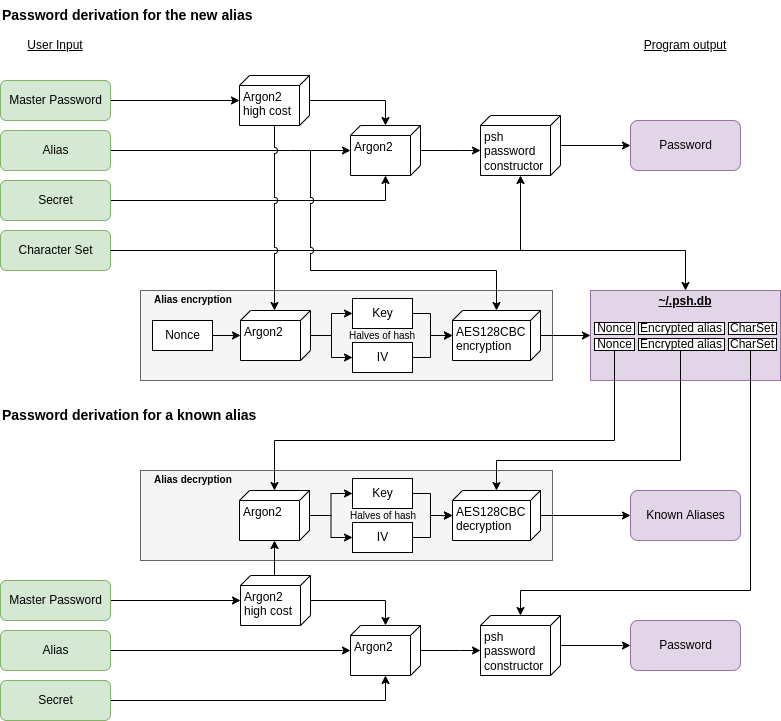
Above: psh.png in uvizhe/psh (draw.io), before the change. Source tidied: cells renumbered, new cells last; positions are measured from the earlier drawing's top-left corner, leaving out a move shared by most shapes.
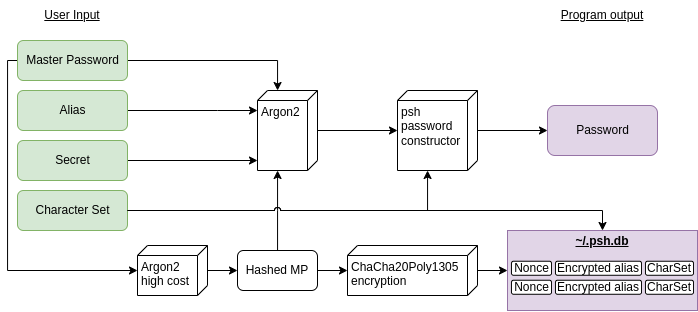
After the change.

Change to the diagram source:
```diff
@@ -5,15 +5,9 @@
     <mxCell id="2" value="&lt;p style=&quot;margin:0px;margin-top:4px;text-align:center;text-decoration:underline;&quot;&gt;&lt;b&gt;~/.psh.db&lt;/b&gt;&lt;/p&gt;" style="verticalAlign=top;align=left;overflow=fill;fontSize=12;fontFamily=Helvetica;html=1;fillColor=#e1d5e7;strokeColor=#9673a6;" parent="1" vertex="1">
-      <mxGeometry x="590" y="290" width="190" height="90" as="geometry" />
+      <mxGeometry x="490" y="260" width="190" height="80" as="geometry" />
     </mxCell>
-    <mxCell id="3" style="edgeStyle=orthogonalEdgeStyle;rounded=0;sketch=0;jumpStyle=arc;jettySize=auto;html=1;shadow=0;strokeColor=default;" parent="1" edge="1" source="9" target="11">
-      <mxGeometry relative="1" as="geometry" />
-    </mxCell>
-    <mxCell id="4" style="rounded=0;whiteSpace=wrap;html=1;fontSize=10;fillColor=#f5f5f5;fontColor=#333333;strokeColor=#666666;" parent="1" vertex="1">
-      <mxGeometry x="140" y="290" width="412" height="90" as="geometry" />
-    </mxCell>
-    <mxCell id="5" style="edgeStyle=orthogonalEdgeStyle;rounded=0;sketch=0;jumpStyle=none;jettySize=auto;html=1;shadow=0;strokeColor=default;" parent="1" edge="1" source="6" target="11">
+    <mxCell id="5" style="edgeStyle=orthogonalEdgeStyle;rounded=0;jettySize=auto;html=1;" parent="1" edge="1" source="6" target="11">
       <mxGeometry relative="1" as="geometry">
         <Array as="points">
-          <mxPoint x="290" y="150" />
-          <mxPoint x="290" y="150" />
+          <mxPoint x="200" y="140" />
+          <mxPoint x="200" y="140" />
         </Array>
@@ -22,32 +16,44 @@
     <mxCell id="6" value="Alias" style="html=1;rounded=1;fillColor=#d5e8d4;strokeColor=#82b366;" parent="1" vertex="1">
-      <mxGeometry y="130" width="110" height="40" as="geometry" />
+      <mxGeometry y="120" width="110" height="40" as="geometry" />
     </mxCell>
-    <mxCell id="7" style="edgeStyle=orthogonalEdgeStyle;rounded=0;sketch=0;jumpStyle=arc;jettySize=auto;html=1;shadow=0;strokeColor=default;" parent="1" edge="1" source="8" target="16">
-      <mxGeometry relative="1" as="geometry" />
-    </mxCell>
     <mxCell id="8" value="Character Set" style="html=1;rounded=1;fillColor=#d5e8d4;strokeColor=#82b366;" parent="1" vertex="1">
-      <mxGeometry y="230" width="110" height="40" as="geometry" />
+      <mxGeometry y="220" width="110" height="40" as="geometry" />
     </mxCell>
+    <mxCell id="3" style="edgeStyle=orthogonalEdgeStyle;rounded=0;jettySize=auto;html=1;" parent="1" edge="1" source="9" target="11">
+      <mxGeometry relative="1" as="geometry">
+        <Array as="points">
+          <mxPoint x="250" y="190" />
+          <mxPoint x="250" y="190" />
+        </Array>
+      </mxGeometry>
+    </mxCell>
     <mxCell id="9" value="Secret" style="html=1;rounded=1;fillColor=#d5e8d4;strokeColor=#82b366;" parent="1" vertex="1">
-      <mxGeometry y="180" width="110" height="40" as="geometry" />
+      <mxGeometry y="170" width="110" height="40" as="geometry" />
     </mxCell>
     <mxCell id="10" style="edgeStyle=orthogonalEdgeStyle;rounded=0;jettySize=auto;html=1;" parent="1" edge="1" source="11" target="16">
-      <mxGeometry relative="1" as="geometry">
-        <Array as="points">
-          <mxPoint x="460" y="150" />
-          <mxPoint x="460" y="150" />
-        </Array>
-      </mxGeometry>
+      <mxGeometry relative="1" as="geometry" />
     </mxCell>
     <mxCell id="11" value="Argon2" style="verticalAlign=top;align=left;spacingTop=8;spacingLeft=2;spacingRight=12;shape=cube;size=10;direction=south;fontStyle=0;html=1;rounded=0;" parent="1" vertex="1">
-      <mxGeometry x="350" y="125" width="70" height="50" as="geometry" />
+      <mxGeometry x="240" y="120" width="60" height="80" as="geometry" />
     </mxCell>
     <mxCell id="12" style="edgeStyle=orthogonalEdgeStyle;rounded=0;jettySize=auto;html=1;" parent="1" edge="1" source="13" target="59">
-      <mxGeometry relative="1" as="geometry" />
+      <mxGeometry relative="1" as="geometry">
+        <Array as="points">
+          <mxPoint x="-10" y="90" />
+          <mxPoint x="-10" y="300" />
+        </Array>
+      </mxGeometry>
     </mxCell>
+    <mxCell id="75" style="edgeStyle=orthogonalEdgeStyle;rounded=0;jettySize=auto;html=1;" parent="1" edge="1" source="13" target="11">
+      <mxGeometry relative="1" as="geometry">
+        <Array as="points">
+          <mxPoint x="260" y="90" />
+        </Array>
+      </mxGeometry>
+    </mxCell>
     <mxCell id="13" value="Master Password" style="html=1;rounded=1;fillColor=#d5e8d4;strokeColor=#82b366;" parent="1" vertex="1">
-      <mxGeometry y="80" width="110" height="40" as="geometry" />
+      <mxGeometry y="70" width="110" height="40" as="geometry" />
     </mxCell>
     <mxCell id="14" value="Password" style="html=1;rounded=1;fillColor=#e1d5e7;strokeColor=#9673a6;" parent="1" vertex="1">
-      <mxGeometry x="630" y="120" width="110" height="50" as="geometry" />
+      <mxGeometry x="530" y="135" width="110" height="50" as="geometry" />
     </mxCell>
@@ -57,7 +63,4 @@
     <mxCell id="16" value="psh&lt;br&gt;password&lt;br&gt;constructor" style="verticalAlign=top;align=left;spacingTop=8;spacingLeft=2;spacingRight=12;shape=cube;size=10;direction=south;fontStyle=0;html=1;rounded=0;" parent="1" vertex="1">
-      <mxGeometry x="480" y="115" width="80" height="60" as="geometry" />
+      <mxGeometry x="380" y="120" width="80" height="80" as="geometry" />
     </mxCell>
-    <mxCell id="17" value="Password derivation for the new alias" style="text;html=1;strokeColor=none;fillColor=none;align=left;verticalAlign=middle;whiteSpace=wrap;rounded=0;fontStyle=1;fontSize=14;" parent="1" vertex="1">
-      <mxGeometry width="320" height="30" as="geometry" />
-    </mxCell>
     <mxCell id="18" value="User Input" style="text;html=1;strokeColor=none;fillColor=none;align=center;verticalAlign=middle;whiteSpace=wrap;rounded=0;fontSize=12;fontStyle=4;" parent="1" vertex="1">
@@ -66,7 +69,4 @@
     <mxCell id="19" value="Program output" style="text;html=1;strokeColor=none;fillColor=none;align=center;verticalAlign=middle;whiteSpace=wrap;rounded=0;fontSize=12;fontStyle=4;" parent="1" vertex="1">
-      <mxGeometry x="640" y="30" width="90" height="30" as="geometry" />
+      <mxGeometry x="540" y="30" width="90" height="30" as="geometry" />
     </mxCell>
-    <mxCell id="20" value="Password derivation for a known alias" style="text;html=1;strokeColor=none;fillColor=none;align=left;verticalAlign=middle;whiteSpace=wrap;rounded=0;fontStyle=1;fontSize=14;" parent="1" vertex="1">
-      <mxGeometry y="400" width="320" height="30" as="geometry" />
-    </mxCell>
     <mxCell id="21" style="edgeStyle=orthogonalEdgeStyle;rounded=0;jettySize=auto;html=1;fontSize=12;entryX=0;entryY=0.5;entryDx=0;entryDy=0;" parent="1" edge="1" source="22" target="2">
@@ -74,229 +74,57 @@
     </mxCell>
-    <mxCell id="22" value="AES128CBC&lt;br&gt;encryption" style="verticalAlign=top;align=left;spacingTop=8;spacingLeft=2;spacingRight=12;shape=cube;size=10;direction=south;fontStyle=0;html=1;rounded=0;" parent="1" vertex="1">
-      <mxGeometry x="452" y="310" width="88" height="50" as="geometry" />
+    <mxCell id="22" value="ChaCha20Poly1305&lt;br&gt;encryption" style="verticalAlign=top;align=left;spacingTop=8;spacingLeft=2;spacingRight=12;shape=cube;size=10;direction=south;fontStyle=0;html=1;rounded=0;" parent="1" vertex="1">
+      <mxGeometry x="330" y="275" width="130" height="50" as="geometry" />
     </mxCell>
-    <mxCell id="23" style="edgeStyle=orthogonalEdgeStyle;rounded=0;sketch=0;jumpStyle=arc;jettySize=auto;html=1;shadow=0;" parent="1" edge="1" source="24" target="57">
-      <mxGeometry relative="1" as="geometry" />
-    </mxCell>
-    <mxCell id="24" value="Nonce" style="html=1;rounded=0;" parent="1" vertex="1">
-      <mxGeometry x="152" y="320" width="60" height="30" as="geometry" />
-    </mxCell>
-    <mxCell id="25" style="edgeStyle=orthogonalEdgeStyle;rounded=0;jettySize=auto;html=1;fontSize=10;" parent="1" edge="1" source="26" target="22">
-      <mxGeometry relative="1" as="geometry">
-        <Array as="points">
-          <mxPoint x="430" y="313" />
-          <mxPoint x="430" y="335" />
-        </Array>
-      </mxGeometry>
-    </mxCell>
-    <mxCell id="26" value="Key" style="html=1;rounded=0;" parent="1" vertex="1">
-      <mxGeometry x="352" y="298" width="60" height="30" as="geometry" />
-    </mxCell>
-    <mxCell id="27" style="edgeStyle=orthogonalEdgeStyle;rounded=0;jettySize=auto;html=1;fontSize=10;exitX=1;exitY=0.5;exitDx=0;exitDy=0;" parent="1" edge="1" source="28" target="22">
-      <mxGeometry relative="1" as="geometry">
-        <Array as="points">
-          <mxPoint x="430" y="357" />
-          <mxPoint x="430" y="335" />
-        </Array>
-      </mxGeometry>
-    </mxCell>
-    <mxCell id="28" value="IV" style="html=1;rounded=0;" parent="1" vertex="1">
-      <mxGeometry x="352" y="342" width="60" height="30" as="geometry" />
-    </mxCell>
-    <mxCell id="29" style="edgeStyle=orthogonalEdgeStyle;rounded=0;sketch=0;jumpStyle=arc;jettySize=auto;html=1;shadow=0;strokeColor=default;" parent="1" edge="1" source="30" target="34">
-      <mxGeometry relative="1" as="geometry" />
-    </mxCell>
-    <mxCell id="30" value="Alias" style="html=1;rounded=1;fillColor=#d5e8d4;strokeColor=#82b366;" parent="1" vertex="1">
-      <mxGeometry y="630" width="110" height="40" as="geometry" />
-    </mxCell>
-    <mxCell id="31" style="edgeStyle=orthogonalEdgeStyle;rounded=0;jettySize=auto;html=1;" parent="1" edge="1" source="32" target="34">
-      <mxGeometry relative="1" as="geometry">
-        <Array as="points">
-          <mxPoint x="385" y="700" />
-        </Array>
-      </mxGeometry>
-    </mxCell>
-    <mxCell id="32" value="Secret" style="html=1;rounded=1;fillColor=#d5e8d4;strokeColor=#82b366;" parent="1" vertex="1">
-      <mxGeometry y="680" width="110" height="40" as="geometry" />
-    </mxCell>
-    <mxCell id="33" style="edgeStyle=orthogonalEdgeStyle;rounded=0;jettySize=auto;html=1;" parent="1" edge="1" source="34" target="39">
-      <mxGeometry relative="1" as="geometry">
-        <Array as="points">
-          <mxPoint x="460" y="650" />
-          <mxPoint x="460" y="650" />
-        </Array>
-      </mxGeometry>
-    </mxCell>
-    <mxCell id="34" value="Argon2" style="verticalAlign=top;align=left;spacingTop=8;spacingLeft=2;spacingRight=12;shape=cube;size=10;direction=south;fontStyle=0;html=1;rounded=0;" parent="1" vertex="1">
-      <mxGeometry x="350" y="625" width="70" height="50" as="geometry" />
-    </mxCell>
-    <mxCell id="35" style="edgeStyle=orthogonalEdgeStyle;rounded=0;sketch=0;jumpStyle=none;jettySize=auto;html=1;shadow=0;strokeColor=default;" parent="1" edge="1" source="36" target="73">
-      <mxGeometry relative="1" as="geometry" />
-    </mxCell>
-    <mxCell id="36" value="Master Password" style="html=1;rounded=1;fillColor=#d5e8d4;strokeColor=#82b366;" parent="1" vertex="1">
-      <mxGeometry y="580" width="110" height="40" as="geometry" />
-    </mxCell>
-    <mxCell id="37" value="Password" style="html=1;rounded=1;fillColor=#e1d5e7;strokeColor=#9673a6;" parent="1" vertex="1">
-      <mxGeometry x="630" y="620" width="110" height="50" as="geometry" />
-    </mxCell>
-    <mxCell id="38" style="edgeStyle=orthogonalEdgeStyle;rounded=0;jettySize=auto;html=1;" parent="1" edge="1" source="39" target="37">
-      <mxGeometry relative="1" as="geometry" />
-    </mxCell>
-    <mxCell id="39" value="psh&lt;br&gt;password&lt;br&gt;constructor" style="verticalAlign=top;align=left;spacingTop=8;spacingLeft=2;spacingRight=12;shape=cube;size=10;direction=south;fontStyle=0;html=1;rounded=0;" parent="1" vertex="1">
-      <mxGeometry x="480" y="615" width="80" height="60" as="geometry" />
-    </mxCell>
-    <mxCell id="40" value="Known Aliases" style="html=1;rounded=1;fillColor=#e1d5e7;strokeColor=#9673a6;" parent="1" vertex="1">
-      <mxGeometry x="630" y="490" width="110" height="50" as="geometry" />
-    </mxCell>
-    <mxCell id="41" value="Alias encryption" style="text;html=1;strokeColor=none;fillColor=none;align=left;verticalAlign=middle;whiteSpace=wrap;rounded=0;fontSize=10;fontStyle=1;" parent="1" vertex="1">
-      <mxGeometry x="152" y="294" width="80" height="10" as="geometry" />
-    </mxCell>
-    <mxCell id="42" style="rounded=0;whiteSpace=wrap;html=1;fontSize=10;fillColor=#f5f5f5;fontColor=#333333;strokeColor=#666666;" parent="1" vertex="1">
-      <mxGeometry x="140" y="470" width="412" height="90" as="geometry" />
-    </mxCell>
-    <mxCell id="43" style="edgeStyle=orthogonalEdgeStyle;rounded=0;sketch=0;jumpStyle=none;jettySize=auto;html=1;shadow=0;strokeColor=default;" parent="1" edge="1" source="44" target="40">
-      <mxGeometry relative="1" as="geometry" />
-    </mxCell>
-    <mxCell id="44" value="AES128CBC&lt;br&gt;decryption" style="verticalAlign=top;align=left;spacingTop=8;spacingLeft=2;spacingRight=12;shape=cube;size=10;direction=south;fontStyle=0;html=1;rounded=0;" parent="1" vertex="1">
-      <mxGeometry x="452" y="490" width="88" height="50" as="geometry" />
-    </mxCell>
-    <mxCell id="45" style="edgeStyle=orthogonalEdgeStyle;rounded=0;jettySize=auto;html=1;fontSize=10;" parent="1" edge="1" source="46" target="44">
-      <mxGeometry relative="1" as="geometry">
-        <Array as="points">
-          <mxPoint x="430" y="493" />
-          <mxPoint x="430" y="515" />
-        </Array>
-      </mxGeometry>
-    </mxCell>
-    <mxCell id="46" value="Key" style="html=1;rounded=0;" parent="1" vertex="1">
-      <mxGeometry x="352" y="478" width="60" height="30" as="geometry" />
-    </mxCell>
-    <mxCell id="47" style="edgeStyle=orthogonalEdgeStyle;rounded=0;jettySize=auto;html=1;fontSize=10;exitX=1;exitY=0.5;exitDx=0;exitDy=0;" parent="1" edge="1" source="48" target="44">
-      <mxGeometry relative="1" as="geometry">
-        <Array as="points">
-          <mxPoint x="430" y="537" />
-          <mxPoint x="430" y="515" />
-        </Array>
-      </mxGeometry>
-    </mxCell>
-    <mxCell id="48" value="IV" style="html=1;rounded=0;" parent="1" vertex="1">
-      <mxGeometry x="352" y="522" width="60" height="30" as="geometry" />
-    </mxCell>
-    <mxCell id="49" style="edgeStyle=orthogonalEdgeStyle;rounded=0;jettySize=auto;html=1;fontSize=12;" parent="1" edge="1" source="51" target="46">
-      <mxGeometry relative="1" as="geometry" />
-    </mxCell>
-    <mxCell id="50" style="edgeStyle=orthogonalEdgeStyle;rounded=0;jettySize=auto;html=1;fontSize=12;entryX=0;entryY=0.5;entryDx=0;entryDy=0;" parent="1" edge="1" source="51" target="48">
-      <mxGeometry relative="1" as="geometry" />
-    </mxCell>
-    <mxCell id="51" value="Argon2" style="verticalAlign=top;align=left;spacingTop=8;spacingLeft=2;spacingRight=12;shape=cube;size=10;direction=south;fontStyle=0;html=1;rounded=0;" parent="1" vertex="1">
-      <mxGeometry x="239" y="490" width="70" height="50" as="geometry" />
-    </mxCell>
-    <mxCell id="52" value="Alias decryption" style="text;html=1;strokeColor=none;fillColor=none;align=left;verticalAlign=middle;whiteSpace=wrap;rounded=0;fontSize=10;fontStyle=1;" parent="1" vertex="1">
-      <mxGeometry x="152" y="474" width="88" height="10" as="geometry" />
-    </mxCell>
-    <mxCell id="53" value="Halves of hash" style="text;html=1;strokeColor=none;fillColor=none;align=center;verticalAlign=middle;whiteSpace=wrap;rounded=0;fontSize=10;" parent="1" vertex="1">
-      <mxGeometry x="344" y="510" width="78" height="10" as="geometry" />
-    </mxCell>
-    <mxCell id="54" value="Halves of hash" style="text;html=1;strokeColor=none;fillColor=none;align=center;verticalAlign=middle;whiteSpace=wrap;rounded=0;fontSize=10;" parent="1" vertex="1">
-      <mxGeometry x="343" y="330" width="78" height="10" as="geometry" />
-    </mxCell>
-    <mxCell id="55" style="edgeStyle=orthogonalEdgeStyle;rounded=0;jettySize=auto;html=1;" parent="1" edge="1" source="57" target="26">
-      <mxGeometry relative="1" as="geometry" />
-    </mxCell>
-    <mxCell id="56" style="edgeStyle=orthogonalEdgeStyle;rounded=0;jettySize=auto;html=1;" parent="1" edge="1" source="57" target="28">
-      <mxGeometry relative="1" as="geometry" />
-    </mxCell>
-    <mxCell id="57" value="Argon2" style="verticalAlign=top;align=left;spacingTop=8;spacingLeft=2;spacingRight=12;shape=cube;size=10;direction=south;fontStyle=0;html=1;rounded=0;" parent="1" vertex="1">
-      <mxGeometry x="240" y="310" width="70" height="50" as="geometry" />
-    </mxCell>
-    <mxCell id="58" style="edgeStyle=orthogonalEdgeStyle;rounded=0;sketch=0;jumpStyle=arc;jettySize=auto;html=1;shadow=0;strokeColor=default;" parent="1" edge="1" source="59" target="11">
-      <mxGeometry relative="1" as="geometry">
-        <Array as="points">
-          <mxPoint x="385" y="100" />
-        </Array>
-      </mxGeometry>
-    </mxCell>
+    <mxCell id="76" style="edgeStyle=orthogonalEdgeStyle;rounded=0;jumpStyle=arc;jettySize=auto;html=1;" parent="1" edge="1" source="59" target="81">
+      <mxGeometry relative="1" as="geometry" />
+    </mxCell>
     <mxCell id="59" value="Argon2&lt;br&gt;high cost" style="verticalAlign=top;align=left;spacingTop=8;spacingLeft=2;spacingRight=12;shape=cube;size=10;direction=south;fontStyle=0;html=1;rounded=0;" parent="1" vertex="1">
-      <mxGeometry x="239" y="75" width="70" height="50" as="geometry" />
+      <mxGeometry x="120" y="275" width="70" height="50" as="geometry" />
     </mxCell>
-    <mxCell id="60" style="edgeStyle=orthogonalEdgeStyle;rounded=0;sketch=0;jumpStyle=arc;jettySize=auto;html=1;shadow=0;strokeColor=default;" parent="1" edge="1" source="8" target="2">
-      <mxGeometry relative="1" as="geometry" />
-    </mxCell>
-    <mxCell id="61" style="edgeStyle=orthogonalEdgeStyle;rounded=0;sketch=0;jumpStyle=arc;jettySize=auto;html=1;shadow=0;strokeColor=default;" parent="1" edge="1" target="22">
-      <mxGeometry relative="1" as="geometry">
-        <mxPoint x="310" y="150" as="sourcePoint" />
-        <Array as="points">
-          <mxPoint x="310" y="150" />
-          <mxPoint x="310" y="270" />
-          <mxPoint x="496" y="270" />
-        </Array>
-      </mxGeometry>
-    </mxCell>
-    <mxCell id="62" style="edgeStyle=orthogonalEdgeStyle;jettySize=auto;html=1;shadow=0;sketch=0;rounded=0;jumpStyle=arc;" parent="1" edge="1" source="59" target="57">
-      <mxGeometry relative="1" as="geometry">
-        <Array as="points">
-          <mxPoint x="275" y="100" />
-        </Array>
-      </mxGeometry>
-    </mxCell>
-    <mxCell id="63" value="Nonce" style="html=1;rounded=0;" parent="1" vertex="1">
-      <mxGeometry x="594" y="322" width="40" height="12" as="geometry" />
-    </mxCell>
-    <mxCell id="64" style="edgeStyle=orthogonalEdgeStyle;rounded=0;sketch=0;jumpStyle=arc;jettySize=auto;html=1;shadow=0;strokeColor=default;" parent="1" edge="1" source="70" target="44">
-      <mxGeometry relative="1" as="geometry">
-        <Array as="points">
-          <mxPoint x="680" y="460" />
-          <mxPoint x="496" y="460" />
-        </Array>
-      </mxGeometry>
-    </mxCell>
-    <mxCell id="65" value="Nonce" style="html=1;rounded=0;" parent="1" vertex="1">
-      <mxGeometry x="594" y="338" width="40" height="12" as="geometry" />
-    </mxCell>
-    <mxCell id="66" value="CharSet" style="html=1;rounded=0;align=left;" parent="1" vertex="1">
-      <mxGeometry x="728" y="322" width="48" height="12" as="geometry" />
+    <mxCell id="66" value="CharSet" style="html=1;rounded=1;align=left;" parent="1" vertex="1">
+      <mxGeometry x="628" y="290.8" width="48" height="14" as="geometry" />
     </mxCell>
-    <mxCell id="67" style="edgeStyle=orthogonalEdgeStyle;rounded=0;sketch=0;jumpStyle=none;jettySize=auto;html=1;shadow=0;strokeColor=default;" parent="1" edge="1" source="68" target="39">
-      <mxGeometry relative="1" as="geometry">
-        <Array as="points">
-          <mxPoint x="750" y="590" />
-          <mxPoint x="520" y="590" />
-        </Array>
-      </mxGeometry>
-    </mxCell>
-    <mxCell id="68" value="CharSet" style="html=1;rounded=0;align=left;" parent="1" vertex="1">
-      <mxGeometry x="728" y="338" width="48" height="12" as="geometry" />
+    <mxCell id="68" value="CharSet" style="html=1;rounded=1;align=left;" parent="1" vertex="1">
+      <mxGeometry x="628" y="309.8" width="48" height="14" as="geometry" />
     </mxCell>
-    <mxCell id="69" style="edgeStyle=orthogonalEdgeStyle;rounded=0;sketch=0;jumpStyle=arc;jettySize=auto;html=1;shadow=0;strokeColor=default;" parent="1" edge="1" source="65" target="51">
-      <mxGeometry relative="1" as="geometry">
-        <Array as="points">
-          <mxPoint x="614" y="440" />
-          <mxPoint x="274" y="440" />
-        </Array>
-      </mxGeometry>
-    </mxCell>
-    <mxCell id="70" value="Encrypted alias" style="html=1;rounded=0;align=left;" parent="1" vertex="1">
-      <mxGeometry x="638" y="338" width="86" height="12" as="geometry" />
+    <mxCell id="70" value="Encrypted alias" style="html=1;rounded=1;align=left;" parent="1" vertex="1">
+      <mxGeometry x="538" y="309.8" width="86" height="14" as="geometry" />
     </mxCell>
-    <mxCell id="71" value="Encrypted alias" style="html=1;rounded=0;align=left;" parent="1" vertex="1">
-      <mxGeometry x="638" y="322" width="86" height="12" as="geometry" />
+    <mxCell id="71" value="Encrypted alias" style="html=1;rounded=1;align=left;" parent="1" vertex="1">
+      <mxGeometry x="538" y="290.8" width="86" height="14" as="geometry" />
     </mxCell>
-    <mxCell id="72" style="edgeStyle=orthogonalEdgeStyle;rounded=0;sketch=0;jumpStyle=arc;jettySize=auto;html=1;shadow=0;strokeColor=default;" parent="1" edge="1" source="73" target="34">
-      <mxGeometry relative="1" as="geometry">
-        <Array as="points">
-          <mxPoint x="385" y="600" />
-        </Array>
-      </mxGeometry>
-    </mxCell>
-    <mxCell id="73" value="Argon2&lt;br&gt;high cost" style="verticalAlign=top;align=left;spacingTop=8;spacingLeft=2;spacingRight=12;shape=cube;size=10;direction=south;fontStyle=0;html=1;rounded=0;" parent="1" vertex="1">
-      <mxGeometry x="240" y="575" width="70" height="50" as="geometry" />
-    </mxCell>
-    <mxCell id="74" style="edgeStyle=orthogonalEdgeStyle;rounded=0;sketch=0;jumpStyle=arc;jettySize=auto;html=1;shadow=0;strokeColor=default;" parent="1" edge="1" source="73" target="51">
-      <mxGeometry relative="1" as="geometry">
-        <Array as="points">
-          <mxPoint x="274" y="570" />
-          <mxPoint x="274" y="570" />
-        </Array>
-      </mxGeometry>
-    </mxCell>
+    <mxCell id="77" value="Nonce" style="html=1;rounded=1;" parent="1" vertex="1">
+      <mxGeometry x="494" y="290.8" width="40" height="14" as="geometry" />
+    </mxCell>
+    <mxCell id="78" value="Nonce" style="html=1;rounded=1;" parent="1" vertex="1">
+      <mxGeometry x="494" y="309.8" width="40" height="14" as="geometry" />
+    </mxCell>
+    <mxCell id="79" style="edgeStyle=orthogonalEdgeStyle;rounded=0;jettySize=auto;html=1;" parent="1" edge="1" source="81" target="11">
+      <mxGeometry relative="1" as="geometry">
+        <Array as="points">
+          <mxPoint x="260" y="240" />
+          <mxPoint x="260" y="240" />
+        </Array>
+      </mxGeometry>
+    </mxCell>
+    <mxCell id="80" style="edgeStyle=orthogonalEdgeStyle;rounded=0;jumpStyle=arc;jettySize=auto;html=1;" parent="1" edge="1" source="81" target="22">
+      <mxGeometry relative="1" as="geometry" />
+    </mxCell>
+    <mxCell id="81" value="Hashed MP" style="rounded=1;whiteSpace=wrap;html=1;" parent="1" vertex="1">
+      <mxGeometry x="220" y="280" width="80" height="40" as="geometry" />
+    </mxCell>
+    <mxCell id="60" style="edgeStyle=orthogonalEdgeStyle;rounded=0;jumpStyle=arc;jettySize=auto;html=1;entryX=0.5;entryY=0;entryDx=0;entryDy=0;" parent="1" edge="1" source="8" target="2">
+      <mxGeometry relative="1" as="geometry">
+        <Array as="points">
+          <mxPoint x="585" y="240" />
+        </Array>
+      </mxGeometry>
+    </mxCell>
+    <mxCell id="7" style="edgeStyle=orthogonalEdgeStyle;rounded=0;jettySize=auto;html=1;jumpStyle=arc;" parent="1" edge="1" source="8" target="16">
+      <mxGeometry relative="1" as="geometry">
+        <Array as="points">
+          <mxPoint x="410" y="240" />
+        </Array>
+      </mxGeometry>
+    </mxCell>
   </root>
```
